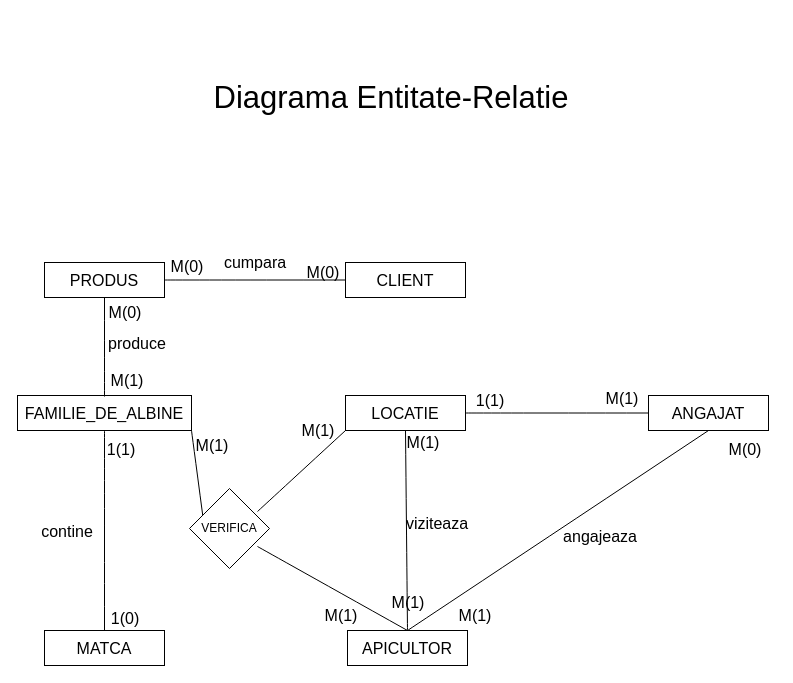
Above: page "E/R diagram" (2 of 2) of Stupina diagrams.drawio in Matoka26/DataBase-Stupina (draw.io), before the change. Source tidied: cells renumbered, new cells numbered last; positions are measured from the earlier drawing's top-left corner, leaving out a move shared by most shapes. Both pictures are drawn from the tidied source at 100%, with x=0, y=0 at pixel (17, 17).
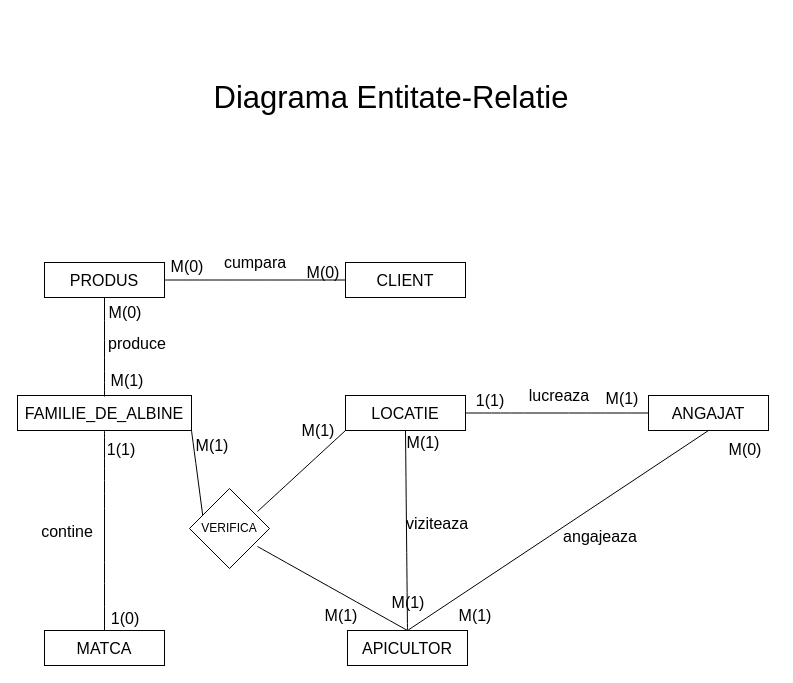
Above is the later version.

Commit message:
forgot a realtionship

The edit, as a diff of the source:
```diff
@@
+    <mxCell id="41" value="lucreaza" style="text;html=1;strokeColor=none;fillColor=none;align=center;verticalAlign=middle;whiteSpace=wrap;rounded=0;fontSize=16;" parent="1" vertex="1">
+      <mxGeometry x="512" y="363" width="60" height="30" as="geometry" />
+    </mxCell>
```
